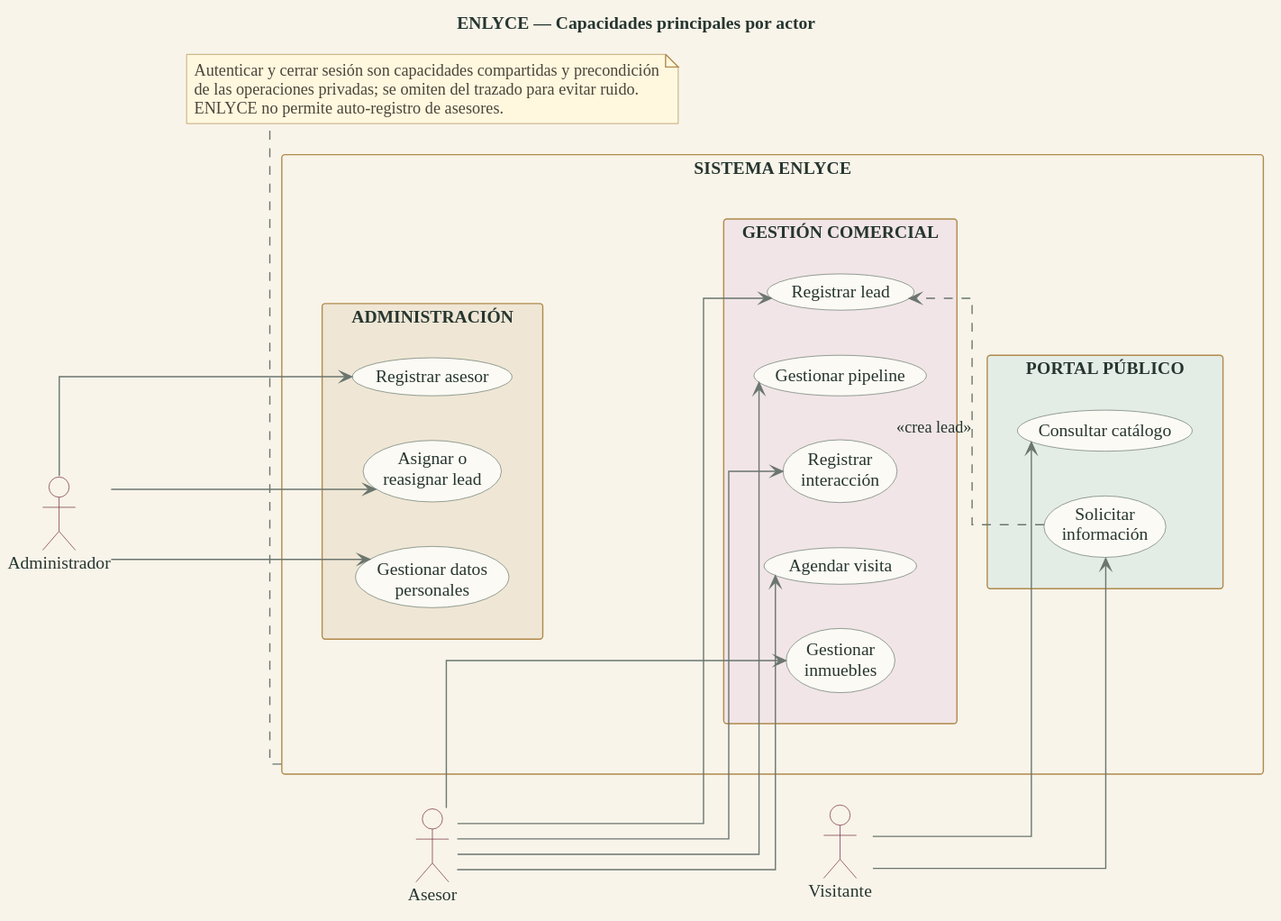
Samael2626/Enlyce keeps this PlantUML diagram as docs/actividad-2/uml/casos-de-uso-enlyce.svg. Above is the earlier version.
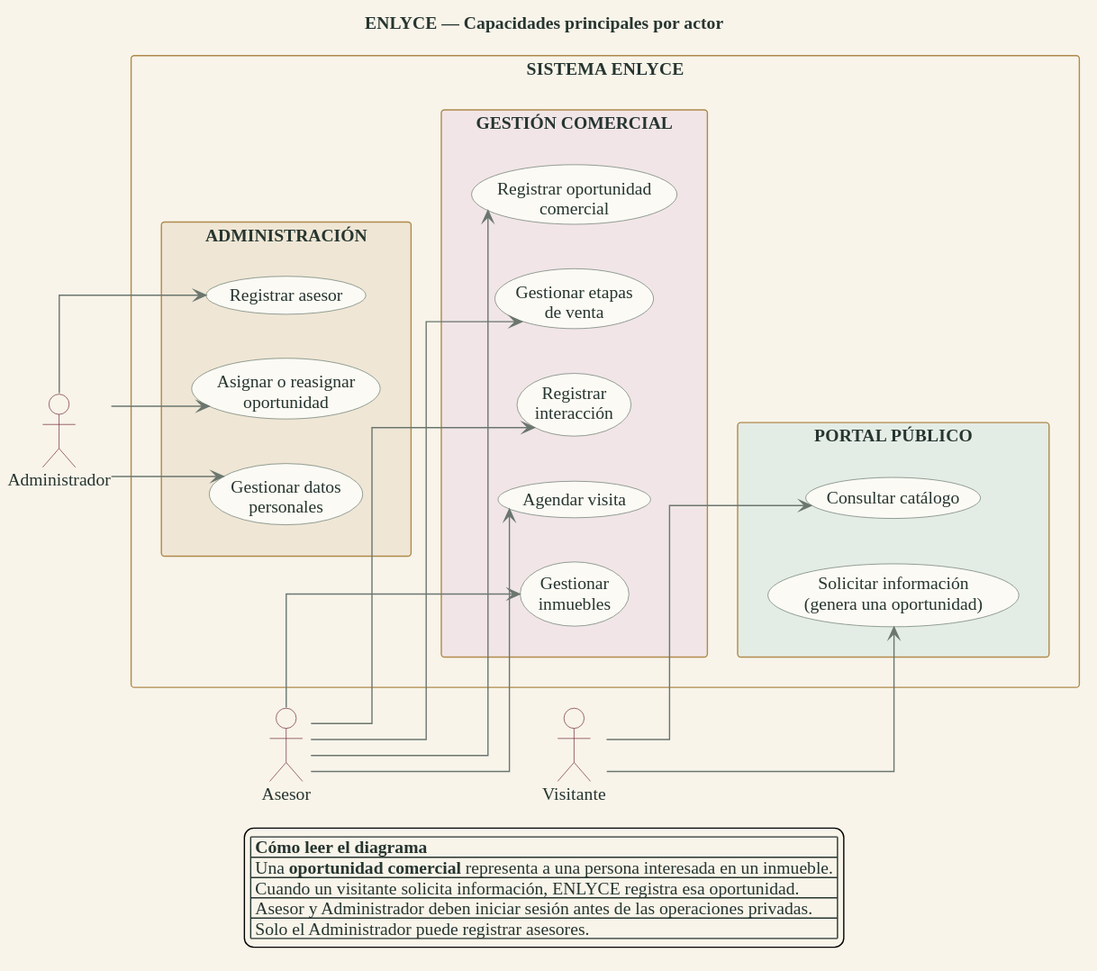
After the commit.

Commit message:
aclarar diagrama de casos de uso

Change to the diagram source:
```diff
@@ -41,14 +41,14 @@
   package "ADMINISTRACIÓN" #EFE6D5 {
     together {
       usecase "Registrar asesor" as registerAdvisor
-      usecase "Asignar o\nreasignar lead" as assignLead
+      usecase "Asignar o reasignar\noportunidad" as assignLead
       usecase "Gestionar datos\npersonales" as personalData
     }
   }
   package "GESTIÓN COMERCIAL" #F1E5E7 {
     together {
-      usecase "Registrar lead" as registerLead
-      usecase "Gestionar pipeline" as managePipeline
+      usecase "Registrar oportunidad\ncomercial" as registerLead
+      usecase "Gestionar etapas\nde venta" as managePipeline
       usecase "Registrar\ninteracción" as registerInteraction
       usecase "Agendar visita" as scheduleVisit
       usecase "Gestionar\ninmuebles" as manageProperties
@@ -57,7 +57,7 @@
   package "PORTAL PÚBLICO" #E4ECE6 {
     together {
       usecase "Consultar catálogo" as viewCatalog
-      usecase "Solicitar\ninformación" as requestInfo
+      usecase "Solicitar información\n(genera una oportunidad)" as requestInfo
     }
   }
 }
@@ -72,16 +72,17 @@
 advisor --> manageProperties
 visitor --> viewCatalog
 visitor --> requestInfo
-requestInfo ..> registerLead : <<crea lead>>
 
 admin -[hidden]down- advisor
 advisor -[hidden]down- visitor
 registerAdvisor -[hidden]down- registerLead
 registerLead -[hidden]down- viewCatalog
 
-note bottom of system
-  Autenticar y cerrar sesión son capacidades compartidas y precondición
-  de las operaciones privadas; se omiten del trazado para evitar ruido.
-  ENLYCE no permite auto-registro de asesores.
-end note
+legend bottom
+  |= Cómo leer el diagrama |
+  | Una **oportunidad comercial** representa a una persona interesada en un inmueble. |
+  | Cuando un visitante solicita información, ENLYCE registra esa oportunidad. |
+  | Asesor y Administrador deben iniciar sesión antes de las operaciones privadas. |
+  | Solo el Administrador puede registrar asesores. |
+endlegend
 @enduml
```
